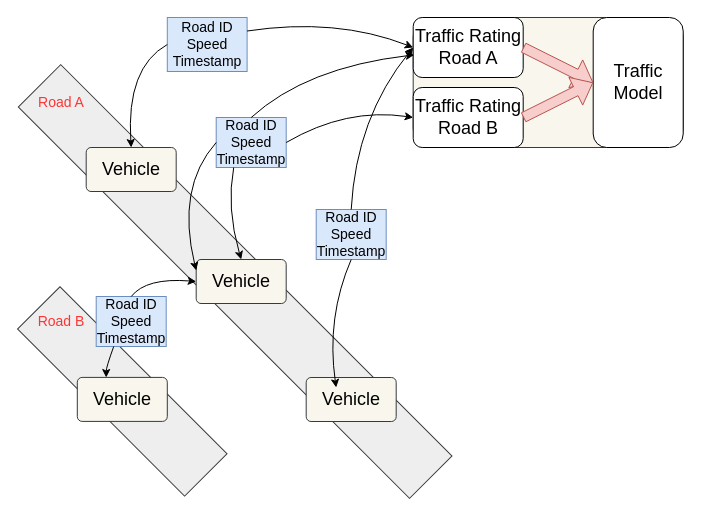
The draw.io diagram ecotrec_traffic_model.drawio in prashant2063/diagrams, before the edit. Source tidied: cells renumbered, new cells numbered last; positions are measured from the earlier drawing's top-left corner, leaving out a move shared by most shapes. Both pictures are drawn from the tidied source at 100%, with x=0, y=0 at pixel (-42, 17).
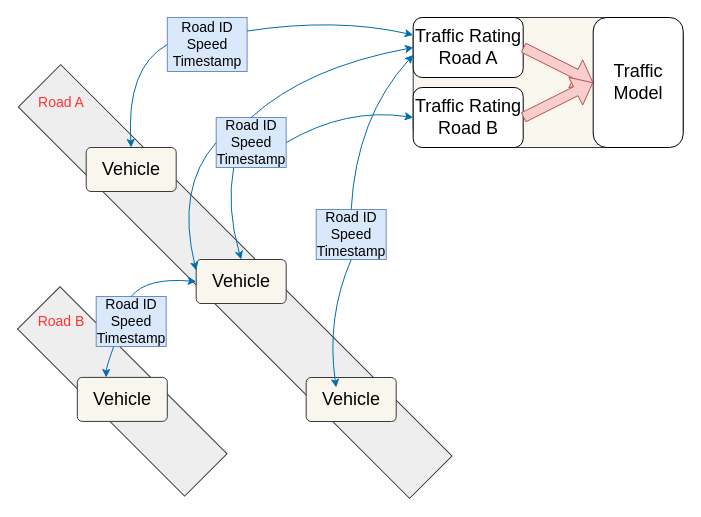
The same page after the edit.

Unchanged cells that the change refers to:
```xml
<mxCell id="3" value="&lt;font style=&quot;font-size: 18px&quot;&gt;Traffic Rating Road B&lt;/font&gt;" style="rounded=1;whiteSpace=wrap;html=1;" parent="1" vertex="1">
  <mxGeometry x="454.7" y="70" width="110" height="60" as="geometry" />
</mxCell>
<mxCell id="5" value="&lt;font style=&quot;font-size: 18px&quot;&gt;Traffic Rating Road A&lt;/font&gt;" style="rounded=1;whiteSpace=wrap;html=1;" parent="1" vertex="1">
  <mxGeometry x="454.7" width="110" height="60" as="geometry" />
</mxCell>
<mxCell id="11" value="&lt;font style=&quot;font-size: 18px&quot;&gt;Vehicle&lt;/font&gt;" style="rounded=1;whiteSpace=wrap;html=1;arcSize=11;fillColor=#f9f7ed;strokeColor=#36393d;" parent="1" vertex="1">
  <mxGeometry x="127.7" y="130" width="90" height="44" as="geometry" />
</mxCell>
<mxCell id="12" value="&lt;font style=&quot;font-size: 18px&quot;&gt;Vehicle&lt;/font&gt;" style="rounded=1;whiteSpace=wrap;html=1;arcSize=11;fillColor=#f9f7ed;strokeColor=#36393d;" parent="1" vertex="1">
  <mxGeometry x="237.7" y="242" width="90" height="44" as="geometry" />
</mxCell>
<mxCell id="13" value="&lt;font style=&quot;font-size: 18px&quot;&gt;Vehicle&lt;/font&gt;" style="rounded=1;whiteSpace=wrap;html=1;arcSize=11;fillColor=#f9f7ed;strokeColor=#36393d;" parent="1" vertex="1">
  <mxGeometry x="347.7" y="360" width="90" height="44" as="geometry" />
</mxCell>
<mxCell id="16" value="&lt;font style=&quot;font-size: 14px&quot;&gt;Road ID&lt;br&gt;Speed&lt;br&gt;Timestamp&lt;/font&gt;" style="rounded=0;whiteSpace=wrap;html=1;fillColor=#dae8fc;strokeColor=#6c8ebf;" parent="1" vertex="1">
  <mxGeometry x="137.7" y="279" width="70" height="50" as="geometry" />
</mxCell>
<mxCell id="17" value="&lt;font style=&quot;font-size: 14px&quot;&gt;Road ID&lt;br&gt;Speed&lt;br&gt;Timestamp&lt;/font&gt;" style="rounded=0;whiteSpace=wrap;html=1;fillColor=#dae8fc;strokeColor=#6c8ebf;" parent="1" vertex="1">
  <mxGeometry x="208.8" width="79.8" height="54" as="geometry" />
</mxCell>
<mxCell id="18" value="&lt;font style=&quot;font-size: 14px&quot;&gt;Road ID&lt;br&gt;Speed&lt;br&gt;Timestamp&lt;/font&gt;" style="rounded=0;whiteSpace=wrap;html=1;fillColor=#dae8fc;strokeColor=#6c8ebf;" parent="1" vertex="1">
  <mxGeometry x="357.7" y="192" width="70" height="50" as="geometry" />
</mxCell>
<mxCell id="19" value="&lt;font style=&quot;font-size: 14px&quot;&gt;Road ID&lt;br&gt;Speed&lt;br&gt;Timestamp&lt;/font&gt;" style="rounded=0;whiteSpace=wrap;html=1;fillColor=#dae8fc;strokeColor=#6c8ebf;" parent="1" vertex="1">
  <mxGeometry x="257.7" y="100" width="70" height="50" as="geometry" />
</mxCell>
```

What changed in the source:
```diff
@@
-    <mxCell id="20" style="curved=1;endArrow=classic;html=1;exitX=0.25;exitY=1;exitDx=0;exitDy=0;" parent="1" edge="1" source="16">
+    <mxCell id="20" style="curved=1;endArrow=classic;html=1;exitX=0.25;exitY=1;exitDx=0;exitDy=0;fillColor=#1ba1e2;strokeColor=#006EAF;" parent="1" edge="1" source="16">
       <mxGeometry relative="1" as="geometry">
         <mxPoint x="147.7" y="360" as="targetPoint" />
         <Array as="points">
           <mxPoint x="147.7" y="350" />
         </Array>
       </mxGeometry>
     </mxCell>
-    <mxCell id="21" style="curved=1;endArrow=classic;html=1;entryX=0;entryY=0.5;entryDx=0;entryDy=0;exitX=0.5;exitY=0;exitDx=0;exitDy=0;" parent="1" edge="1" source="16" target="12">
+    <mxCell id="21" style="curved=1;endArrow=classic;html=1;entryX=0;entryY=0.5;entryDx=0;entryDy=0;exitX=0.5;exitY=0;exitDx=0;exitDy=0;fillColor=#1ba1e2;strokeColor=#006EAF;" parent="1" edge="1" source="16" target="12">
       <mxGeometry relative="1" as="geometry">
         <Array as="points">
           <mxPoint x="187.7" y="260" />
         </Array>
       </mxGeometry>
     </mxCell>
-    <mxCell id="22" style="curved=1;endArrow=classic;html=1;entryX=0;entryY=0.5;entryDx=0;entryDy=0;exitX=1;exitY=0.25;exitDx=0;exitDy=0;" parent="1" edge="1" source="17" target="5">
+    <mxCell id="22" style="curved=1;endArrow=classic;html=1;exitX=1;exitY=0.25;exitDx=0;exitDy=0;fillColor=#1ba1e2;strokeColor=#006EAF;" parent="1" edge="1" source="17" target="5">
       <mxGeometry relative="1" as="geometry">
         <Array as="points">
           <mxPoint x="377.7" />
         </Array>
       </mxGeometry>
     </mxCell>
-    <mxCell id="23" style="curved=1;endArrow=classic;html=1;entryX=0.333;entryY=0.227;entryDx=0;entryDy=0;entryPerimeter=0;exitX=0.5;exitY=1;exitDx=0;exitDy=0;" parent="1" edge="1" source="18" target="13">
+    <mxCell id="23" style="curved=1;endArrow=classic;html=1;entryX=0.333;entryY=0.227;entryDx=0;entryDy=0;entryPerimeter=0;exitX=0.5;exitY=1;exitDx=0;exitDy=0;fillColor=#1ba1e2;strokeColor=#006EAF;" parent="1" edge="1" source="18" target="13">
       <mxGeometry relative="1" as="geometry">
         <Array as="points">
           <mxPoint x="367.7" y="300" />
         </Array>
       </mxGeometry>
     </mxCell>
-    <mxCell id="24" style="curved=1;endArrow=classic;html=1;exitX=0.5;exitY=0;exitDx=0;exitDy=0;entryX=0;entryY=0.5;entryDx=0;entryDy=0;" parent="1" edge="1" source="18" target="5">
+    <mxCell id="24" style="curved=1;endArrow=classic;html=1;exitX=0.5;exitY=0;exitDx=0;exitDy=0;entryX=0.001;entryY=0.623;entryDx=0;entryDy=0;fillColor=#1ba1e2;strokeColor=#006EAF;entryPerimeter=0;" parent="1" edge="1" source="18" target="5">
       <mxGeometry relative="1" as="geometry">
         <Array as="points">
           <mxPoint x="397.7" y="100" />
         </Array>
       </mxGeometry>
     </mxCell>
-    <mxCell id="25" style="curved=1;endArrow=classic;html=1;entryX=0.5;entryY=0;entryDx=0;entryDy=0;exitX=0;exitY=0.5;exitDx=0;exitDy=0;" parent="1" edge="1" source="17" target="11">
+    <mxCell id="25" style="curved=1;endArrow=classic;html=1;entryX=0.5;entryY=0;entryDx=0;entryDy=0;exitX=0;exitY=0.5;exitDx=0;exitDy=0;fillColor=#1ba1e2;strokeColor=#006EAF;" parent="1" edge="1" source="17" target="11">
       <mxGeometry relative="1" as="geometry">
         <Array as="points">
           <mxPoint x="167.7" y="50" />
         </Array>
       </mxGeometry>
     </mxCell>
-    <mxCell id="26" style="curved=1;endArrow=classic;html=1;entryX=0.5;entryY=0;entryDx=0;entryDy=0;exitX=0.25;exitY=1;exitDx=0;exitDy=0;" parent="1" edge="1" source="19" target="12">
+    <mxCell id="26" style="curved=1;endArrow=classic;html=1;entryX=0.5;entryY=0;entryDx=0;entryDy=0;exitX=0.25;exitY=1;exitDx=0;exitDy=0;fillColor=#1ba1e2;strokeColor=#006EAF;" parent="1" edge="1" source="19" target="12">
       <mxGeometry relative="1" as="geometry">
         <Array as="points">
           <mxPoint x="267.7" y="190" />
         </Array>
       </mxGeometry>
     </mxCell>
-    <mxCell id="27" style="curved=1;endArrow=classic;html=1;entryX=0.009;entryY=0.623;entryDx=0;entryDy=0;entryPerimeter=0;exitX=0.5;exitY=0;exitDx=0;exitDy=0;" parent="1" edge="1" source="19" target="5">
+    <mxCell id="27" style="curved=1;endArrow=classic;html=1;exitX=0.5;exitY=0;exitDx=0;exitDy=0;fillColor=#1ba1e2;strokeColor=#006EAF;" parent="1" edge="1" source="19">
       <mxGeometry relative="1" as="geometry">
+        <mxPoint x="455" y="30" as="targetPoint" />
         <Array as="points">
           <mxPoint x="347.7" y="50" />
         </Array>
       </mxGeometry>
     </mxCell>
-    <mxCell id="28" style="curved=1;endArrow=classic;html=1;entryX=0;entryY=0.25;entryDx=0;entryDy=0;exitX=0;exitY=0.5;exitDx=0;exitDy=0;" parent="1" edge="1" source="19" target="12">
+    <mxCell id="28" style="curved=1;endArrow=classic;html=1;entryX=0;entryY=0.25;entryDx=0;entryDy=0;exitX=0;exitY=0.5;exitDx=0;exitDy=0;fillColor=#1ba1e2;strokeColor=#006EAF;" parent="1" edge="1" source="19" target="12">
       <mxGeometry relative="1" as="geometry">
         <Array as="points">
           <mxPoint x="217.7" y="170" />
         </Array>
       </mxGeometry>
     </mxCell>
-    <mxCell id="29" style="curved=1;endArrow=classic;html=1;entryX=0;entryY=0.5;entryDx=0;entryDy=0;exitX=1;exitY=0.5;exitDx=0;exitDy=0;" parent="1" edge="1" source="19" target="3">
+    <mxCell id="29" style="curved=1;endArrow=classic;html=1;entryX=0;entryY=0.5;entryDx=0;entryDy=0;exitX=1;exitY=0.5;exitDx=0;exitDy=0;fillColor=#1ba1e2;strokeColor=#006EAF;" parent="1" edge="1" source="19" target="3">
       <mxGeometry relative="1" as="geometry">
         <Array as="points">
           <mxPoint x="387.7" y="90" />
         </Array>
       </mxGeometry>
     </mxCell>
```
